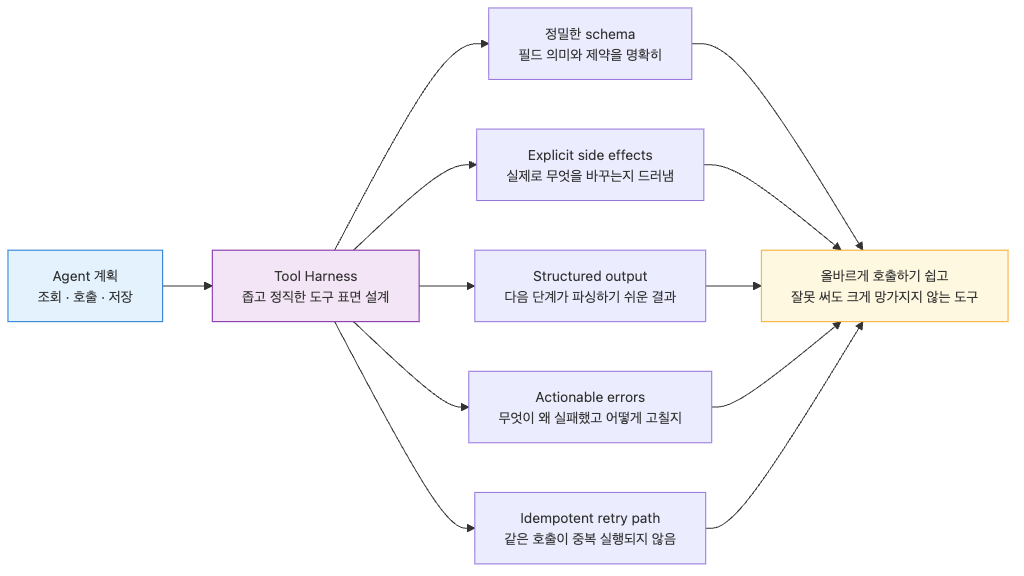
The Mermaid diagram assets/harness-engineering-101/05/05-01-tool-harness-designing-safe-tools-for-ag.ko.png in yeongseon-books/book-content, before a commit. Its source is kept beside it as assets/harness-engineering-101/05/05-01-tool-harness-designing-safe-tools-for-ag.ko.mmd.
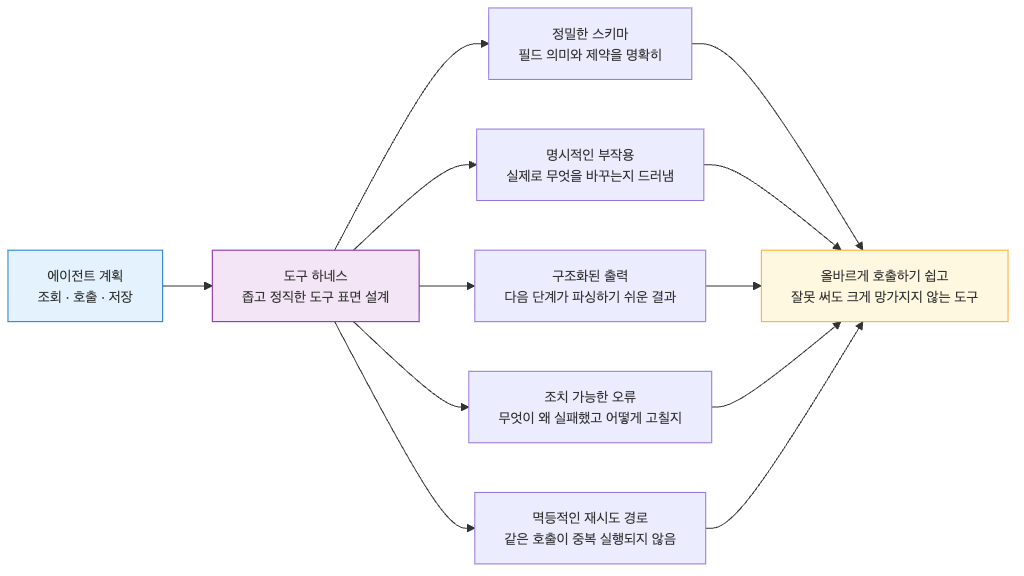
The same file after the commit.

Change to the diagram source:
```diff
@@ -1,11 +1,11 @@
 flowchart LR
-    에이전트["Agent 계획\n조회 · 호출 · 저장"] --> 표면["Tool Harness\n좁고 정직한 도구 표면 설계"]
+    에이전트["에이전트 계획\n조회 · 호출 · 저장"] --> 표면["도구 하네스\n좁고 정직한 도구 표면 설계"]
 
-    표면 --> 스키마["정밀한 schema\n필드 의미와 제약을 명확히"]
-    표면 --> 부작용["Explicit side effects\n실제로 무엇을 바꾸는지 드러냄"]
-    표면 --> 결과["Structured output\n다음 단계가 파싱하기 쉬운 결과"]
-    표면 --> 오류["Actionable errors\n무엇이 왜 실패했고 어떻게 고칠지"]
-    표면 --> 재시도["Idempotent retry path\n같은 호출이 중복 실행되지 않음"]
+    표면 --> 스키마["정밀한 스키마\n필드 의미와 제약을 명확히"]
+    표면 --> 부작용["명시적인 부작용\n실제로 무엇을 바꾸는지 드러냄"]
+    표면 --> 결과["구조화된 출력\n다음 단계가 파싱하기 쉬운 결과"]
+    표면 --> 오류["조치 가능한 오류\n무엇이 왜 실패했고 어떻게 고칠지"]
+    표면 --> 재시도["멱등적인 재시도 경로\n같은 호출이 중복 실행되지 않음"]
 
     스키마 --> 안전["올바르게 호출하기 쉽고\n잘못 써도 크게 망가지지 않는 도구"]
     부작용 --> 안전
```
